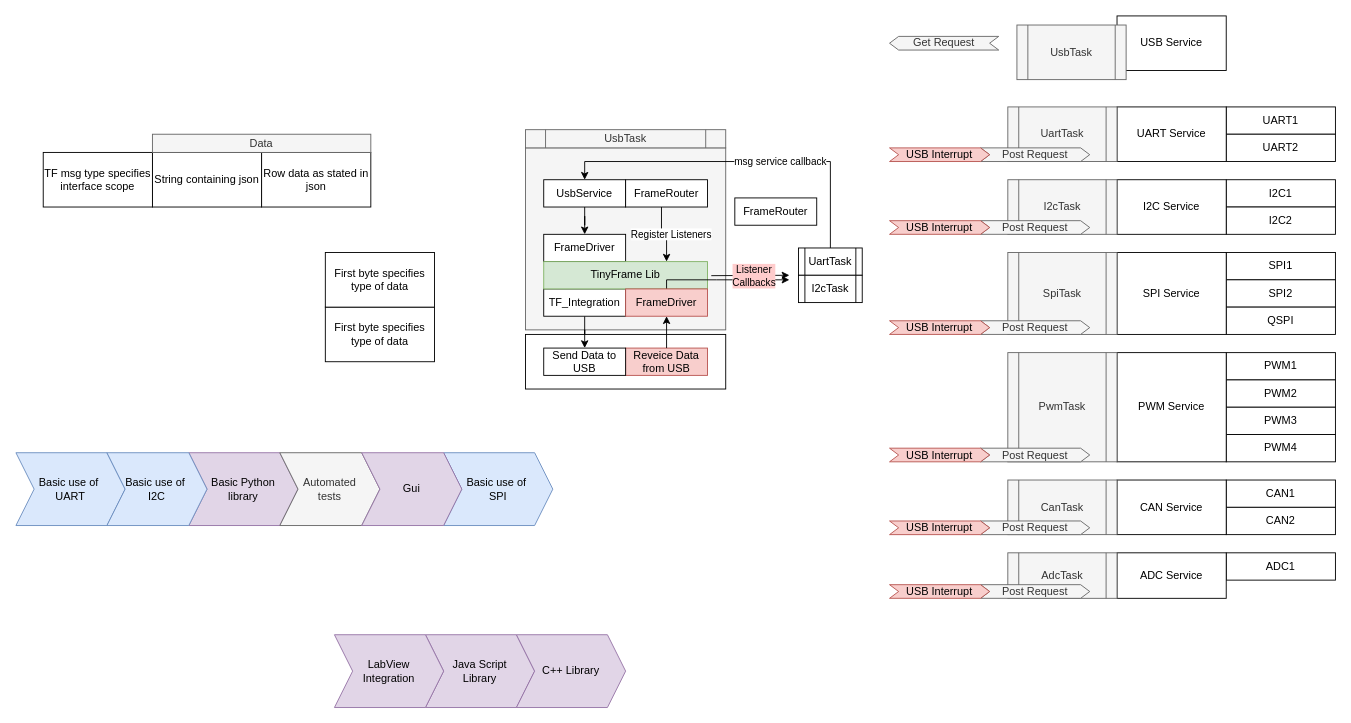
Before: FirmwareArchitecturedrawio.drawio in AlmCoding/stm32usb, a draw.io diagram. Source tidied: cells renumbered, new cells numbered last; positions are measured from the earlier drawing's top-left corner, leaving out a move shared by most shapes. Both pictures are drawn from the tidied source at 91%, with x=0, y=0 at pixel (15, 15).
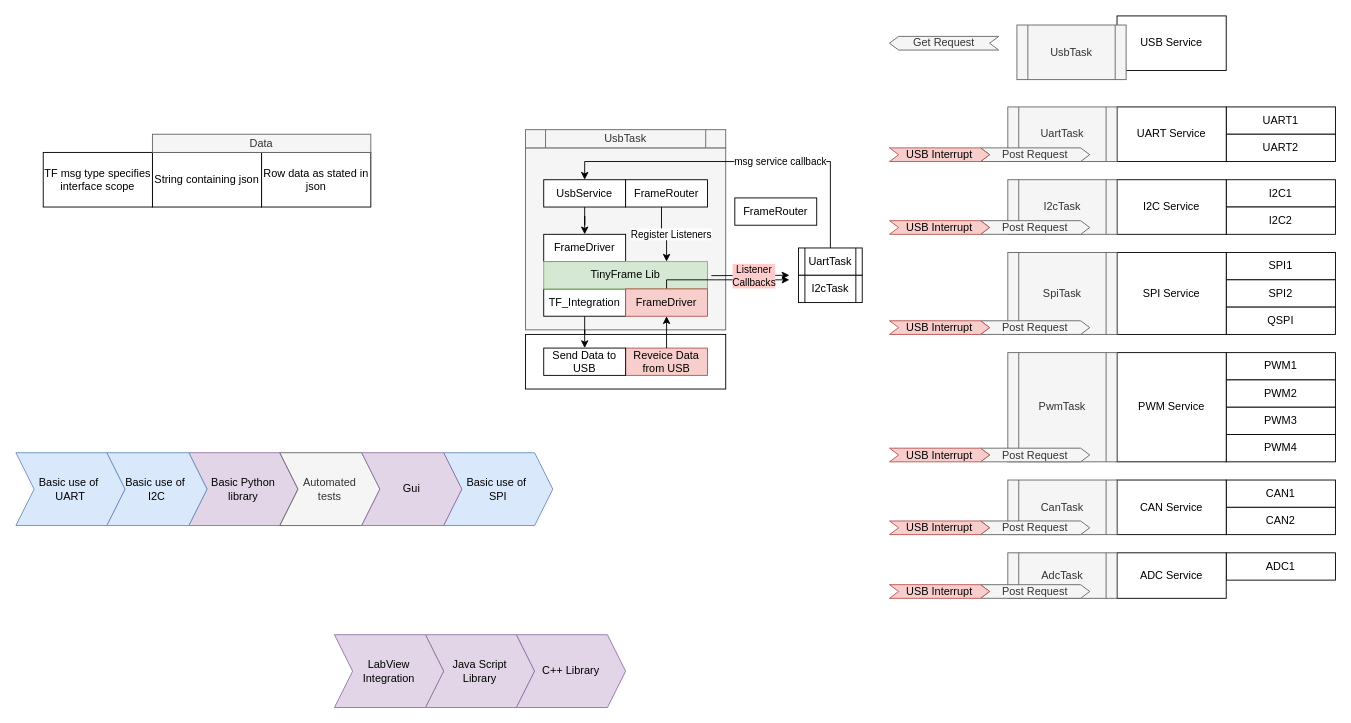
The same page after the edit.

Diff of the diagram source:
```diff
@@
-    <mxCell id="67" value="First byte specifies type of data" style="rounded=0;whiteSpace=wrap;html=1;" parent="1" vertex="1">
-      <mxGeometry x="340" y="320" width="120" height="60" as="geometry" />
-    </mxCell>
@@
-    <mxCell id="77" value="First byte specifies type of data" style="rounded=0;whiteSpace=wrap;html=1;" parent="1" vertex="1">
-      <mxGeometry x="340" y="260" width="120" height="60" as="geometry" />
-    </mxCell>
```
